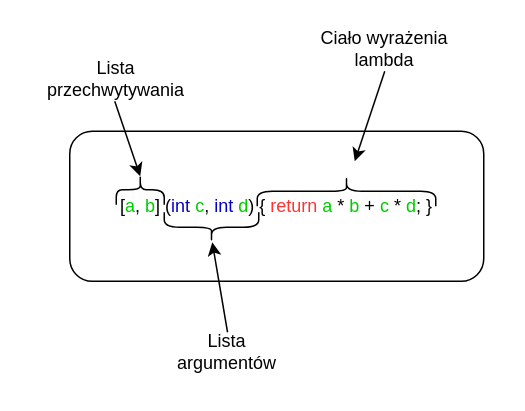
Cpp4You/CppLangNet keeps this draw.io diagram as page "Strona-1" (1 of 3) of static/img/tutorials/course/intermediate/lambdas/Lambdas_pl.drawio. Above is the earlier version. Source tidied: cells renumbered, new cells numbered last; positions are measured from the earlier drawing's top-left corner, leaving out a move shared by most shapes. Both pictures are drawn from the tidied source at 150%, with x=0, y=0 at pixel (26, 26).
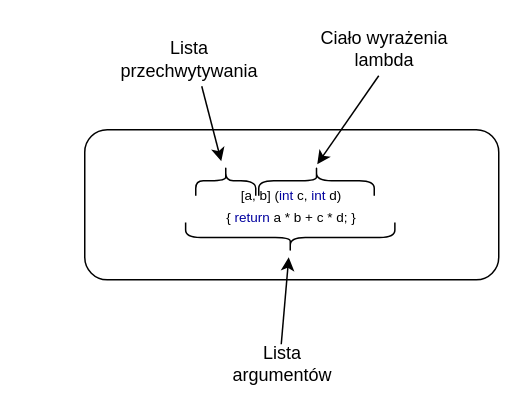
After the change.

What changed in the source:
```diff
@@
 <mxGraphModel>
   <root>
     <mxCell id="0" />
     <mxCell id="1" parent="0" />
-    <mxCell id="2" value="[&lt;font color=&quot;#00cc00&quot;&gt;a&lt;/font&gt;, &lt;font color=&quot;#00cc00&quot;&gt;b&lt;/font&gt;] (&lt;font color=&quot;#0000cc&quot;&gt;int&lt;/font&gt; &lt;font color=&quot;#00cc00&quot;&gt;c&lt;/font&gt;, &lt;font color=&quot;#0000cc&quot;&gt;int&lt;/font&gt; &lt;font color=&quot;#00cc00&quot;&gt;d&lt;/font&gt;) { &lt;font color=&quot;#ff3333&quot;&gt;return&lt;/font&gt; &lt;font color=&quot;#00cc00&quot;&gt;a&lt;/font&gt; * &lt;font color=&quot;#00cc00&quot;&gt;b&lt;/font&gt; + &lt;font color=&quot;#00cc00&quot;&gt;c&lt;/font&gt; * &lt;font color=&quot;#00cc00&quot;&gt;d&lt;/font&gt;; }" style="rounded=1;whiteSpace=wrap;html=1;" parent="1" vertex="1">
-      <mxGeometry x="29" y="70" width="276" height="100" as="geometry" />
+    <mxCell id="2" value="&lt;font face=&quot;Jetbrains Mono&quot; style=&quot;font-size: 9px&quot;&gt;[&lt;font style=&quot;font-size: 9px&quot;&gt;a&lt;/font&gt;, &lt;font style=&quot;font-size: 9px&quot;&gt;b&lt;/font&gt;] (&lt;font style=&quot;font-size: 9px&quot; color=&quot;#00009f&quot;&gt;int&lt;/font&gt; &lt;font style=&quot;font-size: 9px&quot;&gt;c&lt;/font&gt;, &lt;font style=&quot;font-size: 9px&quot; color=&quot;#00009f&quot;&gt;int&lt;/font&gt; &lt;font style=&quot;font-size: 9px&quot;&gt;d&lt;/font&gt;) &lt;br&gt;{ &lt;font style=&quot;font-size: 9px&quot; color=&quot;#00009f&quot;&gt;return&lt;/font&gt; &lt;font style=&quot;font-size: 9px&quot;&gt;a&lt;/font&gt; * &lt;font style=&quot;font-size: 9px&quot;&gt;b&lt;/font&gt; + &lt;font style=&quot;font-size: 9px&quot;&gt;c&lt;/font&gt; * &lt;font style=&quot;font-size: 9px&quot;&gt;d&lt;/font&gt;; }&lt;/font&gt;" style="rounded=1;whiteSpace=wrap;html=1;" parent="1" vertex="1">
+      <mxGeometry x="39" y="69" width="276" height="100" as="geometry" />
     </mxCell>
     <mxCell id="3" style="curved=1;endArrow=classic;html=1;rounded=0;fontColor=#FF3333;" parent="1" edge="1">
       <mxGeometry relative="1" as="geometry">
-        <mxPoint x="134.2" y="204" as="sourcePoint" />
-        <mxPoint x="124" y="144" as="targetPoint" />
+        <mxPoint x="170" y="212" as="sourcePoint" />
+        <mxPoint x="175" y="154" as="targetPoint" />
       </mxGeometry>
     </mxCell>
     <mxCell id="4" style="shape=curlyBracket;whiteSpace=wrap;html=1;rounded=1;flipH=1;fontColor=#FF3333;rotation=90;size=0.5;" parent="1" vertex="1">
-      <mxGeometry x="113.5" y="102.5" width="20" height="63" as="geometry" />
+      <mxGeometry x="166" y="71" width="20" height="139.5" as="geometry" />
     </mxCell>
     <mxCell id="5" style="shape=curlyBracket;whiteSpace=wrap;html=1;rounded=1;fontColor=#FF3333;rotation=90;" parent="1" vertex="1">
-      <mxGeometry x="203.5" y="50.5" width="20" height="119" as="geometry" />
+      <mxGeometry x="183.5" y="64.5" width="20" height="77" as="geometry" />
     </mxCell>
     <mxCell id="6" style="curved=1;endArrow=classic;html=1;rounded=0;fontColor=#FF3333;" parent="1" edge="1">
       <mxGeometry relative="1" as="geometry">
-        <mxPoint x="239" y="30" as="sourcePoint" />
-        <mxPoint x="219" y="90" as="targetPoint" />
+        <mxPoint x="235" y="33" as="sourcePoint" />
+        <mxPoint x="194" y="92" as="targetPoint" />
       </mxGeometry>
     </mxCell>
     <mxCell id="7" style="shape=curlyBracket;whiteSpace=wrap;html=1;rounded=1;rotation=90;" parent="1" vertex="1">
-      <mxGeometry x="66" y="93" width="20" height="32" as="geometry" />
+      <mxGeometry x="123" y="83" width="20" height="40" as="geometry" />
     </mxCell>
     <mxCell id="8" style="curved=1;endArrow=classic;html=1;rounded=0;" parent="1" edge="1">
       <mxGeometry relative="1" as="geometry">
-        <mxPoint x="59" y="50" as="sourcePoint" />
-        <mxPoint x="76" y="100" as="targetPoint" />
+        <mxPoint x="117" y="40" as="sourcePoint" />
+        <mxPoint x="130" y="90" as="targetPoint" />
       </mxGeometry>
     </mxCell>
     <mxCell id="9" value="Lista przechwytywania" style="text;html=1;strokeColor=none;fillColor=none;align=center;verticalAlign=middle;whiteSpace=wrap;rounded=0;" parent="1" vertex="1">
-      <mxGeometry y="20" width="120" height="30" as="geometry" />
+      <mxGeometry x="49" y="6.5" width="120" height="30" as="geometry" />
     </mxCell>
     <mxCell id="10" value="Ciało wyrażenia lambda" style="text;html=1;strokeColor=none;fillColor=none;align=center;verticalAlign=middle;whiteSpace=wrap;rounded=0;" parent="1" vertex="1">
       <mxGeometry x="189" width="100" height="30" as="geometry" />
     </mxCell>
     <mxCell id="11" value="Lista argumentów" style="text;html=1;strokeColor=none;fillColor=none;align=center;verticalAlign=middle;whiteSpace=wrap;rounded=0;" parent="1" vertex="1">
-      <mxGeometry x="104" y="202" width="60" height="30" as="geometry" />
+      <mxGeometry x="141" y="210" width="60" height="30" as="geometry" />
     </mxCell>
   </root>
 </mxGraphModel>
```
